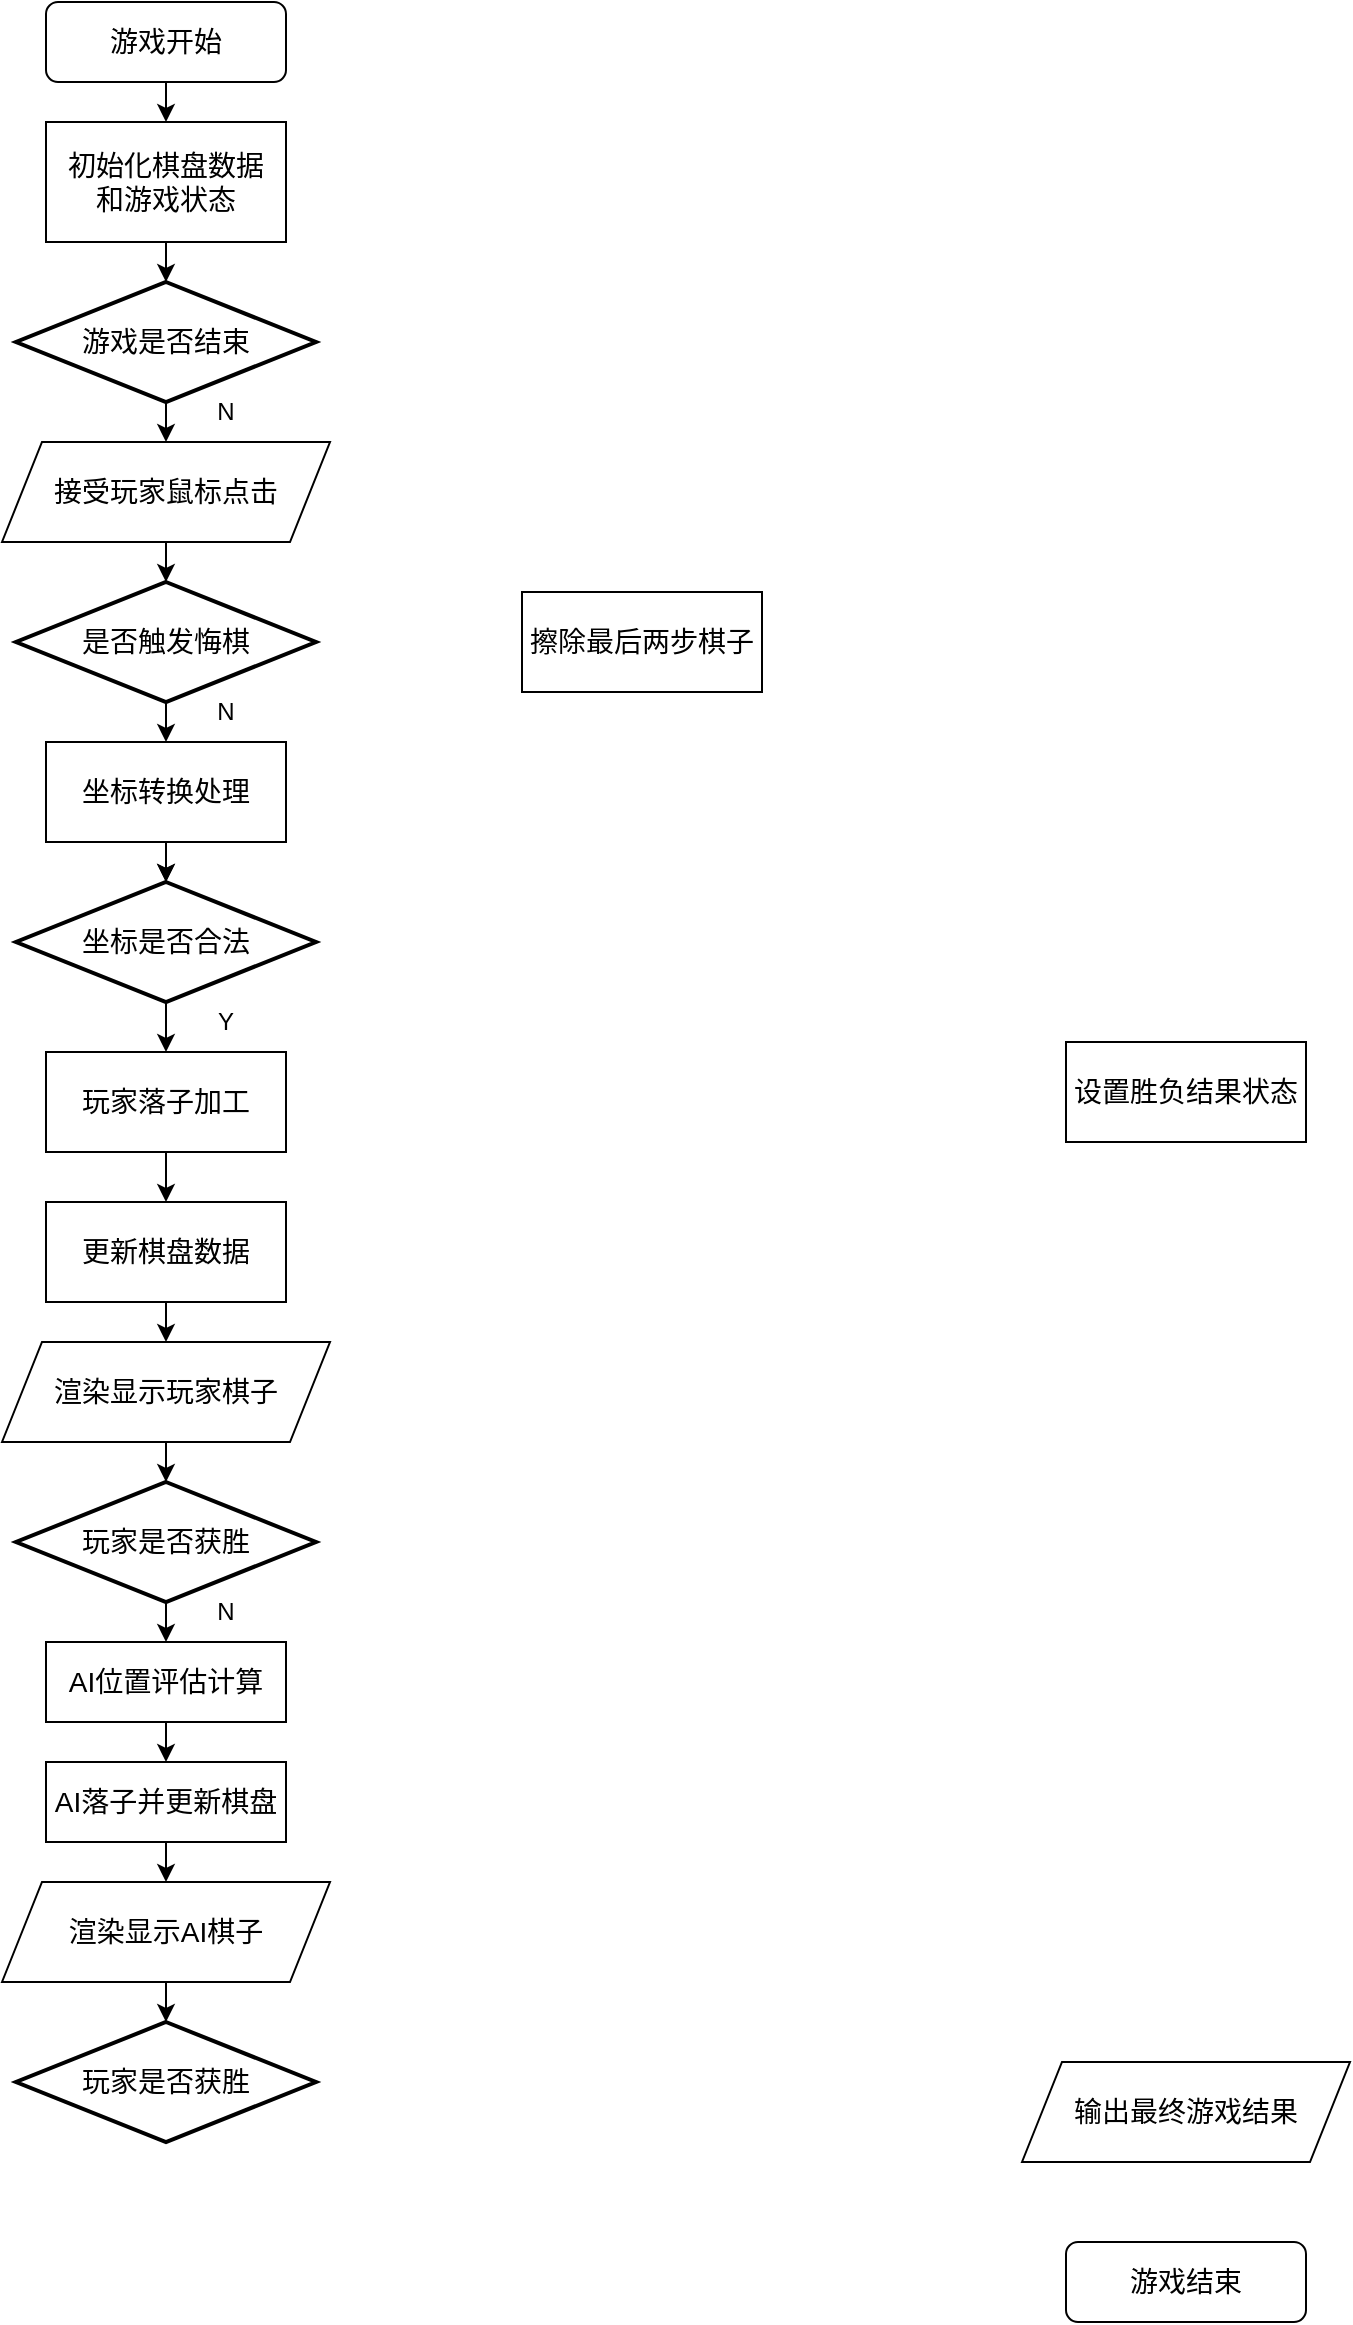
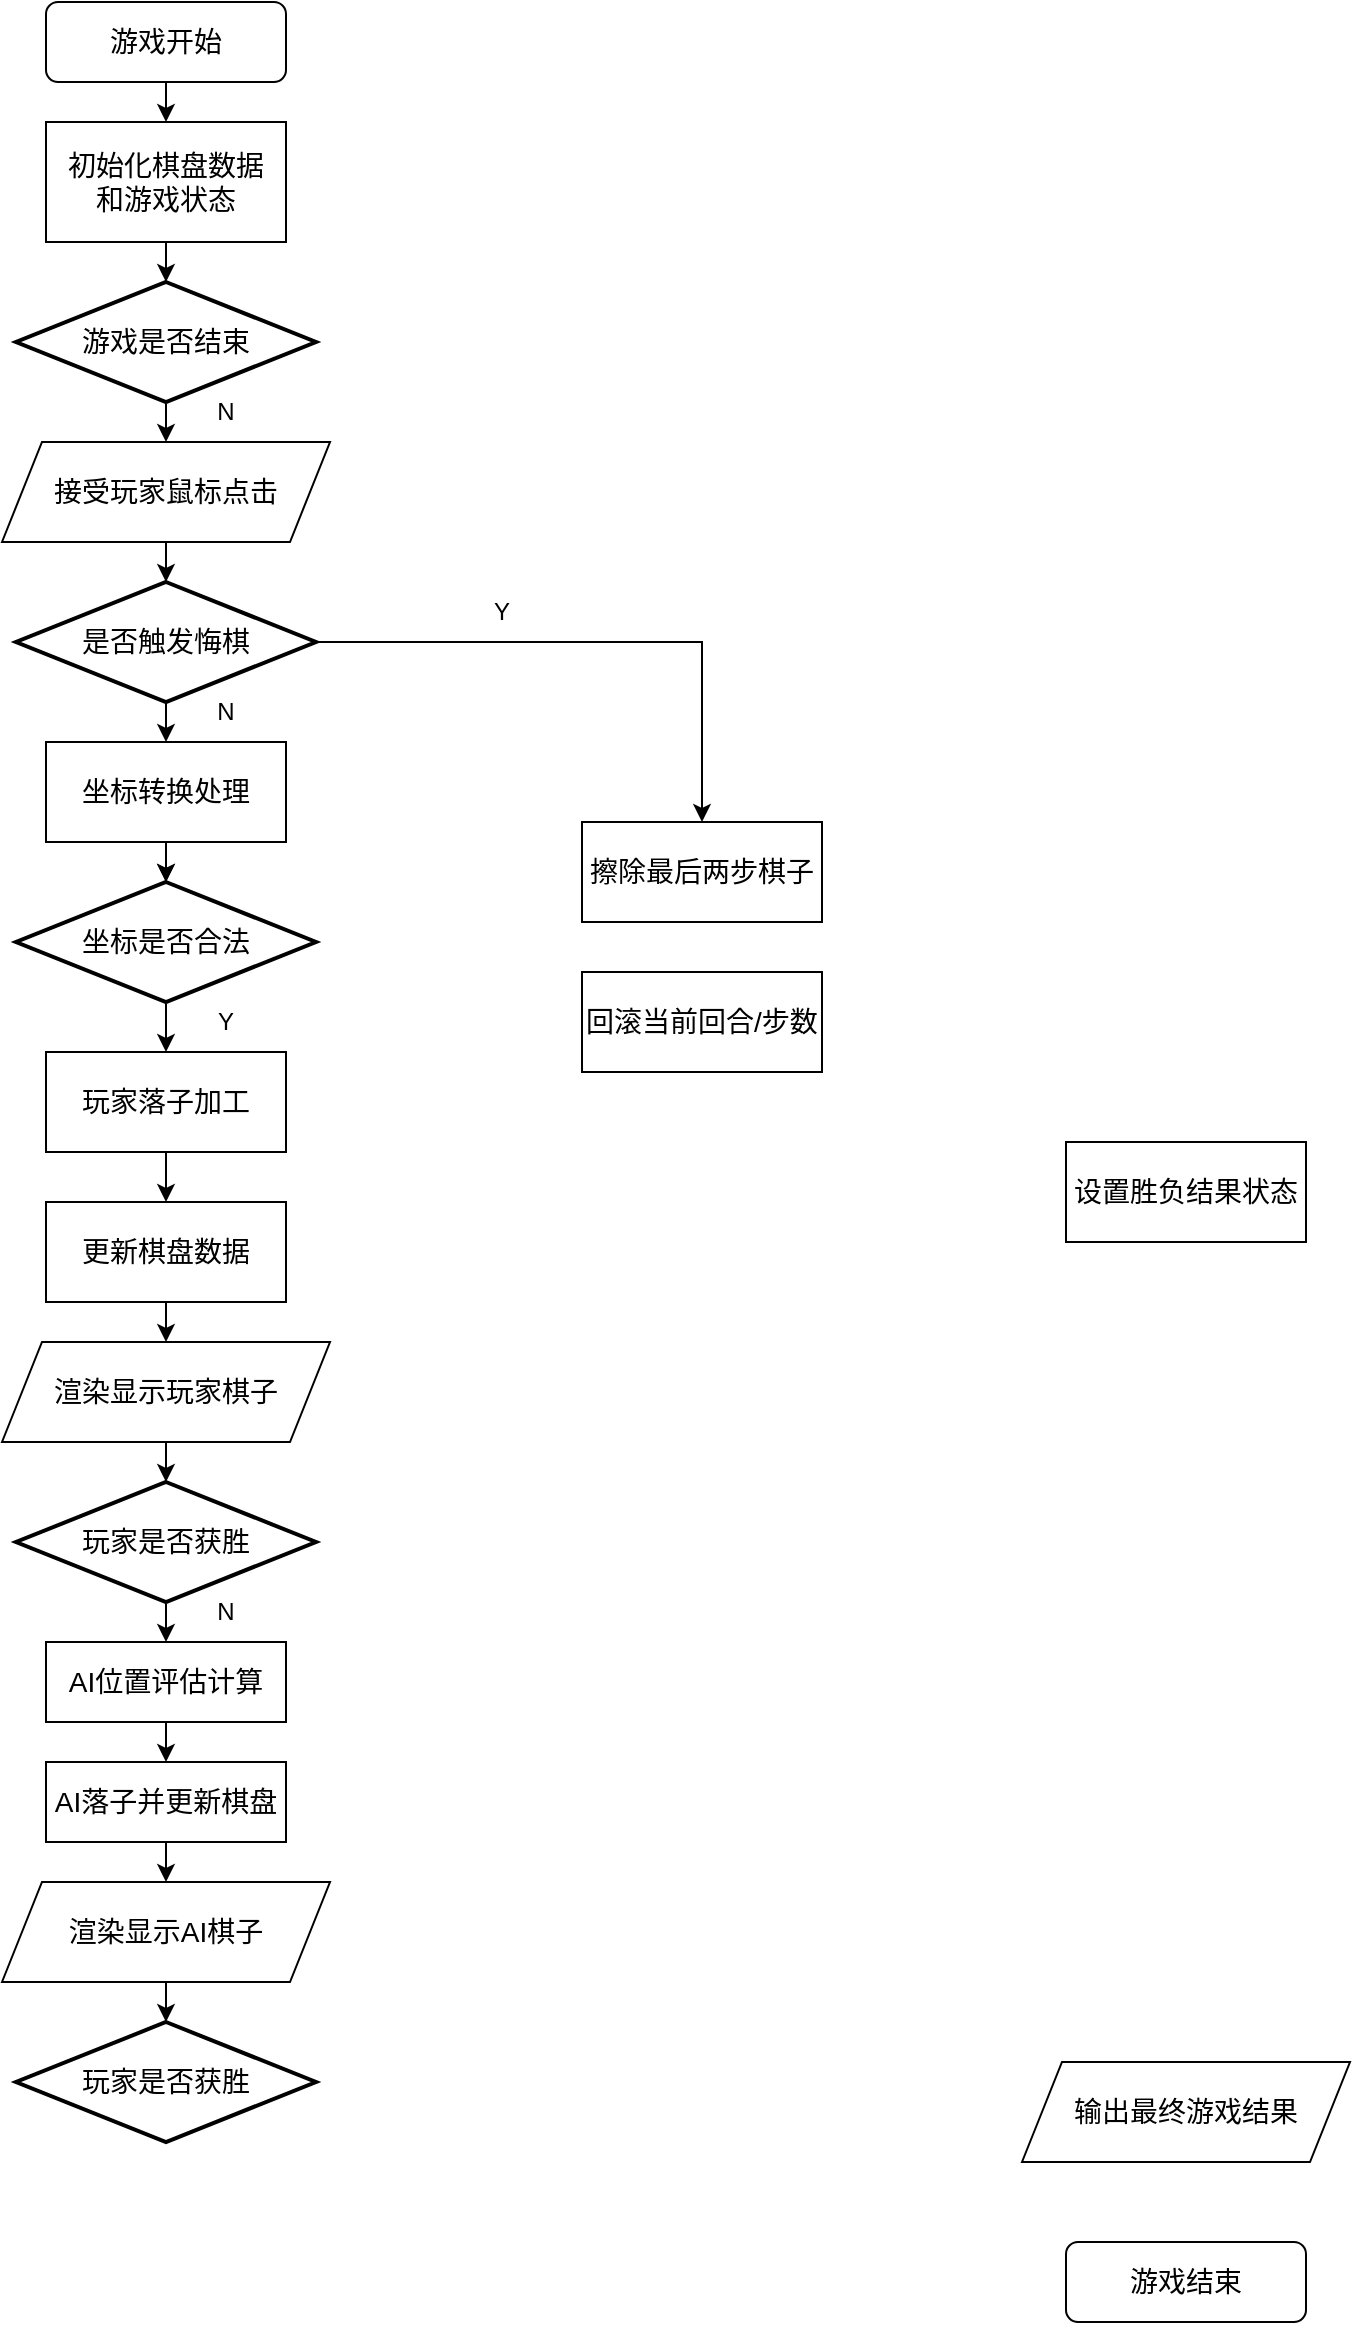
<mxfile host="app.diagrams.net">
  <diagram name="Page-1" id="Ut53iUmTTLsHKbGdxMO9">
    <mxGraphModel dx="2054" dy="1198" grid="1" gridSize="10" guides="1" tooltips="1" connect="1" arrows="1" fold="1" page="1" pageScale="1" pageWidth="827" pageHeight="1169" math="0" shadow="0">
      <root>
        <mxCell id="0" />
        <mxCell id="1" parent="0" />
        <mxCell id="LBzLqDpE-ghOYlSVNWWL-11" edge="1" parent="1" source="LBzLqDpE-ghOYlSVNWWL-4" style="edgeStyle=orthogonalEdgeStyle;rounded=0;orthogonalLoop=1;jettySize=auto;html=1;exitX=0.5;exitY=1;exitDx=0;exitDy=0;exitPerimeter=0;entryX=0.5;entryY=0;entryDx=0;entryDy=0;" target="LBzLqDpE-ghOYlSVNWWL-9">
          <mxGeometry relative="1" as="geometry" />
        </mxCell>
        <mxCell id="LBzLqDpE-ghOYlSVNWWL-4" parent="1" style="strokeWidth=2;html=1;shape=mxgraph.flowchart.decision;whiteSpace=wrap;" value="&lt;font style=&quot;font-size: 14px;&quot;&gt;游戏是否结束&lt;/font&gt;" vertex="1">
          <mxGeometry height="60" width="150" x="127" y="140" as="geometry" />
        </mxCell>
        <mxCell id="LBzLqDpE-ghOYlSVNWWL-5" edge="1" parent="1" source="LBzLqDpE-ghOYlSVNWWL-6" style="edgeStyle=orthogonalEdgeStyle;rounded=0;orthogonalLoop=1;jettySize=auto;html=1;exitX=0.5;exitY=1;exitDx=0;exitDy=0;entryX=0.5;entryY=0;entryDx=0;entryDy=0;entryPerimeter=0;" target="LBzLqDpE-ghOYlSVNWWL-4">
          <mxGeometry relative="1" as="geometry">
            <mxPoint x="322" y="190" as="sourcePoint" />
          </mxGeometry>
        </mxCell>
        <mxCell id="LBzLqDpE-ghOYlSVNWWL-6" parent="1" style="rounded=0;whiteSpace=wrap;html=1;" value="&lt;font style=&quot;font-size: 14px;&quot;&gt;初始化棋盘数据&lt;/font&gt;&lt;div&gt;&lt;span style=&quot;font-size: 14px; background-color: transparent; color: light-dark(rgb(0, 0, 0), rgb(255, 255, 255));&quot;&gt;和游戏状态&lt;/span&gt;&lt;/div&gt;" vertex="1">
          <mxGeometry height="60" width="120" x="142" y="60" as="geometry" />
        </mxCell>
        <mxCell id="LBzLqDpE-ghOYlSVNWWL-8" edge="1" parent="1" source="LBzLqDpE-ghOYlSVNWWL-7" style="edgeStyle=orthogonalEdgeStyle;rounded=0;orthogonalLoop=1;jettySize=auto;html=1;exitX=0.5;exitY=1;exitDx=0;exitDy=0;entryX=0.5;entryY=0;entryDx=0;entryDy=0;" target="LBzLqDpE-ghOYlSVNWWL-6">
          <mxGeometry relative="1" as="geometry" />
        </mxCell>
        <mxCell id="LBzLqDpE-ghOYlSVNWWL-7" parent="1" style="rounded=1;whiteSpace=wrap;html=1;" value="&lt;font style=&quot;font-size: 14px;&quot;&gt;游戏开始&lt;/font&gt;" vertex="1">
          <mxGeometry height="40" width="120" x="142" as="geometry" />
        </mxCell>
        <mxCell id="LBzLqDpE-ghOYlSVNWWL-9" parent="1" style="shape=parallelogram;perimeter=parallelogramPerimeter;whiteSpace=wrap;html=1;fixedSize=1;" value="&lt;font style=&quot;font-size: 14px;&quot;&gt;接受玩家鼠标点击&lt;/font&gt;" vertex="1">
          <mxGeometry height="50" width="164" x="120" y="220" as="geometry" />
        </mxCell>
        <mxCell id="LBzLqDpE-ghOYlSVNWWL-12" parent="1" style="text;html=1;whiteSpace=wrap;strokeColor=none;fillColor=none;align=center;verticalAlign=middle;rounded=0;" value="N" vertex="1">
          <mxGeometry height="30" width="60" x="202" y="190" as="geometry" />
        </mxCell>
        <mxCell id="LBzLqDpE-ghOYlSVNWWL-16" edge="1" parent="1" source="LBzLqDpE-ghOYlSVNWWL-13" style="edgeStyle=orthogonalEdgeStyle;rounded=0;orthogonalLoop=1;jettySize=auto;html=1;exitX=0.5;exitY=1;exitDx=0;exitDy=0;exitPerimeter=0;entryX=0.5;entryY=0;entryDx=0;entryDy=0;" target="LBzLqDpE-ghOYlSVNWWL-15">
+           <mxGeometry relative="1" as="geometry" />
+         </mxCell>
+         <mxCell id="LBzLqDpE-ghOYlSVNWWL-47" edge="1" parent="1" source="LBzLqDpE-ghOYlSVNWWL-13" style="edgeStyle=orthogonalEdgeStyle;rounded=0;orthogonalLoop=1;jettySize=auto;html=1;exitX=1;exitY=0.5;exitDx=0;exitDy=0;exitPerimeter=0;entryX=0.5;entryY=0;entryDx=0;entryDy=0;" target="LBzLqDpE-ghOYlSVNWWL-46">
          <mxGeometry relative="1" as="geometry" />
        </mxCell>
        <mxCell id="LBzLqDpE-ghOYlSVNWWL-13" parent="1" style="strokeWidth=2;html=1;shape=mxgraph.flowchart.decision;whiteSpace=wrap;" value="&lt;font style=&quot;font-size: 14px;&quot;&gt;是否触发悔棋&lt;/font&gt;" vertex="1">
          <mxGeometry height="60" width="150" x="127" y="290" as="geometry" />
        </mxCell>
        <mxCell id="LBzLqDpE-ghOYlSVNWWL-14" edge="1" parent="1" source="LBzLqDpE-ghOYlSVNWWL-9" style="edgeStyle=orthogonalEdgeStyle;rounded=0;orthogonalLoop=1;jettySize=auto;html=1;exitX=0.5;exitY=1;exitDx=0;exitDy=0;entryX=0.5;entryY=0;entryDx=0;entryDy=0;entryPerimeter=0;" target="LBzLqDpE-ghOYlSVNWWL-13">
          <mxGeometry relative="1" as="geometry" />
        </mxCell>
        <mxCell id="LBzLqDpE-ghOYlSVNWWL-28" edge="1" parent="1" source="LBzLqDpE-ghOYlSVNWWL-15" style="edgeStyle=orthogonalEdgeStyle;rounded=0;orthogonalLoop=1;jettySize=auto;html=1;entryX=0.5;entryY=0;entryDx=0;entryDy=0;entryPerimeter=0;" target="LBzLqDpE-ghOYlSVNWWL-18" value="">
          <mxGeometry relative="1" as="geometry" />
        </mxCell>
        <mxCell id="LBzLqDpE-ghOYlSVNWWL-15" parent="1" style="rounded=0;whiteSpace=wrap;html=1;" value="&lt;font style=&quot;font-size: 14px;&quot;&gt;坐标转换处理&lt;/font&gt;" vertex="1">
          <mxGeometry height="50" width="120" x="142" y="370" as="geometry" />
        </mxCell>
        <mxCell id="LBzLqDpE-ghOYlSVNWWL-17" parent="1" style="text;html=1;whiteSpace=wrap;strokeColor=none;fillColor=none;align=center;verticalAlign=middle;rounded=0;" value="N" vertex="1">
          <mxGeometry height="30" width="60" x="202" y="340" as="geometry" />
        </mxCell>
        <mxCell id="LBzLqDpE-ghOYlSVNWWL-22" edge="1" parent="1" source="LBzLqDpE-ghOYlSVNWWL-18" style="edgeStyle=orthogonalEdgeStyle;rounded=0;orthogonalLoop=1;jettySize=auto;html=1;exitX=0.5;exitY=1;exitDx=0;exitDy=0;exitPerimeter=0;entryX=0.5;entryY=0;entryDx=0;entryDy=0;" target="LBzLqDpE-ghOYlSVNWWL-21">
          <mxGeometry relative="1" as="geometry" />
        </mxCell>
        <mxCell id="LBzLqDpE-ghOYlSVNWWL-18" parent="1" style="strokeWidth=2;html=1;shape=mxgraph.flowchart.decision;whiteSpace=wrap;" value="&lt;font style=&quot;font-size: 14px;&quot;&gt;坐标是否合法&lt;/font&gt;" vertex="1">
          <mxGeometry height="60" width="150" x="127" y="440" as="geometry" />
        </mxCell>
        <mxCell id="LBzLqDpE-ghOYlSVNWWL-20" edge="1" parent="1" source="LBzLqDpE-ghOYlSVNWWL-15" style="edgeStyle=orthogonalEdgeStyle;rounded=0;orthogonalLoop=1;jettySize=auto;html=1;exitX=0.5;exitY=1;exitDx=0;exitDy=0;entryX=0.5;entryY=0;entryDx=0;entryDy=0;entryPerimeter=0;" target="LBzLqDpE-ghOYlSVNWWL-18">
          <mxGeometry relative="1" as="geometry" />
        </mxCell>
        <mxCell id="LBzLqDpE-ghOYlSVNWWL-25" edge="1" parent="1" source="LBzLqDpE-ghOYlSVNWWL-21" style="edgeStyle=orthogonalEdgeStyle;rounded=0;orthogonalLoop=1;jettySize=auto;html=1;exitX=0.5;exitY=1;exitDx=0;exitDy=0;entryX=0.5;entryY=0;entryDx=0;entryDy=0;" target="LBzLqDpE-ghOYlSVNWWL-24">
          <mxGeometry relative="1" as="geometry" />
        </mxCell>
        <mxCell id="LBzLqDpE-ghOYlSVNWWL-21" parent="1" style="rounded=0;whiteSpace=wrap;html=1;" value="&lt;font style=&quot;font-size: 14px;&quot;&gt;玩家落子加工&lt;/font&gt;" vertex="1">
          <mxGeometry height="50" width="120" x="142" y="525" as="geometry" />
        </mxCell>
        <mxCell id="LBzLqDpE-ghOYlSVNWWL-23" parent="1" style="text;html=1;whiteSpace=wrap;strokeColor=none;fillColor=none;align=center;verticalAlign=middle;rounded=0;" value="Y" vertex="1">
          <mxGeometry height="30" width="60" x="202" y="495" as="geometry" />
        </mxCell>
        <mxCell id="LBzLqDpE-ghOYlSVNWWL-27" edge="1" parent="1" source="LBzLqDpE-ghOYlSVNWWL-24" style="edgeStyle=orthogonalEdgeStyle;rounded=0;orthogonalLoop=1;jettySize=auto;html=1;exitX=0.5;exitY=1;exitDx=0;exitDy=0;entryX=0.5;entryY=0;entryDx=0;entryDy=0;" target="LBzLqDpE-ghOYlSVNWWL-26">
          <mxGeometry relative="1" as="geometry" />
        </mxCell>
        <mxCell id="LBzLqDpE-ghOYlSVNWWL-24" parent="1" style="rounded=0;whiteSpace=wrap;html=1;" value="&lt;font style=&quot;font-size: 14px;&quot;&gt;更新棋盘数据&lt;/font&gt;" vertex="1">
          <mxGeometry height="50" width="120" x="142" y="600" as="geometry" />
        </mxCell>
        <mxCell id="LBzLqDpE-ghOYlSVNWWL-26" parent="1" style="shape=parallelogram;perimeter=parallelogramPerimeter;whiteSpace=wrap;html=1;fixedSize=1;" value="&lt;font style=&quot;font-size: 14px;&quot;&gt;渲染显示玩家棋子&lt;/font&gt;" vertex="1">
          <mxGeometry height="50" width="164" x="120" y="670" as="geometry" />
        </mxCell>
        <mxCell id="LBzLqDpE-ghOYlSVNWWL-33" edge="1" parent="1" source="LBzLqDpE-ghOYlSVNWWL-30" style="edgeStyle=orthogonalEdgeStyle;rounded=0;orthogonalLoop=1;jettySize=auto;html=1;exitX=0.5;exitY=1;exitDx=0;exitDy=0;exitPerimeter=0;entryX=0.5;entryY=0;entryDx=0;entryDy=0;" target="LBzLqDpE-ghOYlSVNWWL-32">
          <mxGeometry relative="1" as="geometry" />
        </mxCell>
        <mxCell id="LBzLqDpE-ghOYlSVNWWL-30" parent="1" style="strokeWidth=2;html=1;shape=mxgraph.flowchart.decision;whiteSpace=wrap;" value="&lt;font style=&quot;font-size: 14px;&quot;&gt;玩家是否获胜&lt;/font&gt;" vertex="1">
          <mxGeometry height="60" width="150" x="127" y="740" as="geometry" />
        </mxCell>
        <mxCell id="LBzLqDpE-ghOYlSVNWWL-31" edge="1" parent="1" source="LBzLqDpE-ghOYlSVNWWL-26" style="edgeStyle=orthogonalEdgeStyle;rounded=0;orthogonalLoop=1;jettySize=auto;html=1;exitX=0.5;exitY=1;exitDx=0;exitDy=0;entryX=0.5;entryY=0;entryDx=0;entryDy=0;entryPerimeter=0;" target="LBzLqDpE-ghOYlSVNWWL-30">
          <mxGeometry relative="1" as="geometry" />
        </mxCell>
        <mxCell id="LBzLqDpE-ghOYlSVNWWL-37" edge="1" parent="1" source="LBzLqDpE-ghOYlSVNWWL-32" style="edgeStyle=orthogonalEdgeStyle;rounded=0;orthogonalLoop=1;jettySize=auto;html=1;exitX=0.5;exitY=1;exitDx=0;exitDy=0;entryX=0.5;entryY=0;entryDx=0;entryDy=0;" target="LBzLqDpE-ghOYlSVNWWL-35">
          <mxGeometry relative="1" as="geometry" />
        </mxCell>
        <mxCell id="LBzLqDpE-ghOYlSVNWWL-32" parent="1" style="rounded=0;whiteSpace=wrap;html=1;" value="&lt;font style=&quot;font-size: 14px;&quot;&gt;AI位置评估计算&lt;/font&gt;" vertex="1">
          <mxGeometry height="40" width="120" x="142" y="820" as="geometry" />
        </mxCell>
        <mxCell id="LBzLqDpE-ghOYlSVNWWL-34" parent="1" style="text;html=1;whiteSpace=wrap;strokeColor=none;fillColor=none;align=center;verticalAlign=middle;rounded=0;" value="N" vertex="1">
          <mxGeometry height="30" width="60" x="202" y="790" as="geometry" />
        </mxCell>
        <mxCell id="LBzLqDpE-ghOYlSVNWWL-39" edge="1" parent="1" source="LBzLqDpE-ghOYlSVNWWL-35" style="edgeStyle=orthogonalEdgeStyle;rounded=0;orthogonalLoop=1;jettySize=auto;html=1;exitX=0.5;exitY=1;exitDx=0;exitDy=0;entryX=0.5;entryY=0;entryDx=0;entryDy=0;" target="LBzLqDpE-ghOYlSVNWWL-38">
          <mxGeometry relative="1" as="geometry" />
        </mxCell>
        <mxCell id="LBzLqDpE-ghOYlSVNWWL-35" parent="1" style="rounded=0;whiteSpace=wrap;html=1;" value="&lt;font style=&quot;font-size: 14px;&quot;&gt;AI落子并更新棋盘&lt;/font&gt;" vertex="1">
          <mxGeometry height="40" width="120" x="142" y="880" as="geometry" />
        </mxCell>
        <mxCell id="LBzLqDpE-ghOYlSVNWWL-38" parent="1" style="shape=parallelogram;perimeter=parallelogramPerimeter;whiteSpace=wrap;html=1;fixedSize=1;" value="&lt;font style=&quot;font-size: 14px;&quot;&gt;渲染显示AI棋子&lt;/font&gt;" vertex="1">
          <mxGeometry height="50" width="164" x="120" y="940" as="geometry" />
        </mxCell>
        <mxCell id="LBzLqDpE-ghOYlSVNWWL-40" parent="1" style="strokeWidth=2;html=1;shape=mxgraph.flowchart.decision;whiteSpace=wrap;" value="&lt;font style=&quot;font-size: 14px;&quot;&gt;玩家是否获胜&lt;/font&gt;" vertex="1">
          <mxGeometry height="60" width="150" x="127" y="1010" as="geometry" />
        </mxCell>
        <mxCell id="LBzLqDpE-ghOYlSVNWWL-41" edge="1" parent="1" source="LBzLqDpE-ghOYlSVNWWL-38" style="edgeStyle=orthogonalEdgeStyle;rounded=0;orthogonalLoop=1;jettySize=auto;html=1;exitX=0.5;exitY=1;exitDx=0;exitDy=0;entryX=0.5;entryY=0;entryDx=0;entryDy=0;entryPerimeter=0;" target="LBzLqDpE-ghOYlSVNWWL-40">
          <mxGeometry relative="1" as="geometry" />
        </mxCell>
        <mxCell id="LBzLqDpE-ghOYlSVNWWL-42" parent="1" style="shape=parallelogram;perimeter=parallelogramPerimeter;whiteSpace=wrap;html=1;fixedSize=1;" value="&lt;font style=&quot;font-size: 14px;&quot;&gt;输出最终游戏结果&lt;/font&gt;" vertex="1">
          <mxGeometry height="50" width="164" x="630" y="1030" as="geometry" />
        </mxCell>
        <mxCell id="LBzLqDpE-ghOYlSVNWWL-43" parent="1" style="rounded=1;whiteSpace=wrap;html=1;" value="&lt;font style=&quot;font-size: 14px;&quot;&gt;游戏结束&lt;/font&gt;" vertex="1">
          <mxGeometry height="40" width="120" x="652" y="1120" as="geometry" />
        </mxCell>
        <mxCell id="LBzLqDpE-ghOYlSVNWWL-45" parent="1" style="rounded=0;whiteSpace=wrap;html=1;" value="&lt;font style=&quot;font-size: 14px;&quot;&gt;设置胜负结果状态&lt;/font&gt;" vertex="1">
-           <mxGeometry height="50" width="120" x="652" y="520" as="geometry" />
+           <mxGeometry height="50" width="120" x="652" y="570" as="geometry" />
        </mxCell>
        <mxCell id="LBzLqDpE-ghOYlSVNWWL-46" parent="1" style="rounded=0;whiteSpace=wrap;html=1;" value="&lt;font style=&quot;font-size: 14px;&quot;&gt;擦除最后两步棋子&lt;/font&gt;" vertex="1">
-           <mxGeometry height="50" width="120" x="380" y="295" as="geometry" />
+           <mxGeometry height="50" width="120" x="410" y="410" as="geometry" />
+         </mxCell>
+         <mxCell id="LBzLqDpE-ghOYlSVNWWL-48" parent="1" style="text;html=1;whiteSpace=wrap;strokeColor=none;fillColor=none;align=center;verticalAlign=middle;rounded=0;" value="Y" vertex="1">
+           <mxGeometry height="30" width="60" x="340" y="290" as="geometry" />
+         </mxCell>
+         <mxCell id="LBzLqDpE-ghOYlSVNWWL-50" parent="1" style="rounded=0;whiteSpace=wrap;html=1;" value="&lt;font style=&quot;font-size: 14px;&quot;&gt;回滚当前回合/步数&lt;/font&gt;" vertex="1">
+           <mxGeometry height="50" width="120" x="410" y="485" as="geometry" />
        </mxCell>
      </root>
    </mxGraphModel>
  </diagram>
</mxfile>
